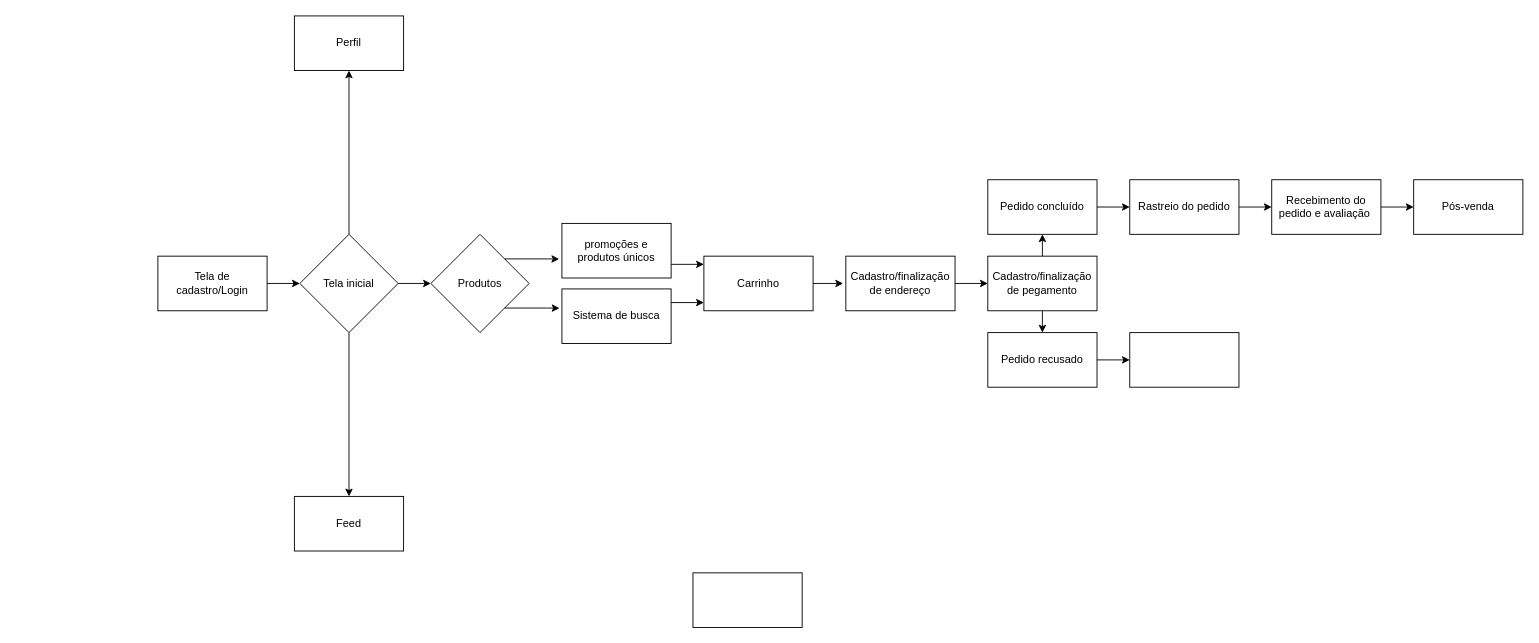
Above: diagrama_30-03.drawio in bryandlucapessoa/Prototipagem_de_sistemas_computacionais (draw.io), before the change. Source tidied: cells renumbered, new cells numbered last; positions are measured from the earlier drawing's top-left corner, leaving out a move shared by most shapes. Both pictures are drawn from the tidied source at 91%, with x=0, y=0 at pixel (157, 15).
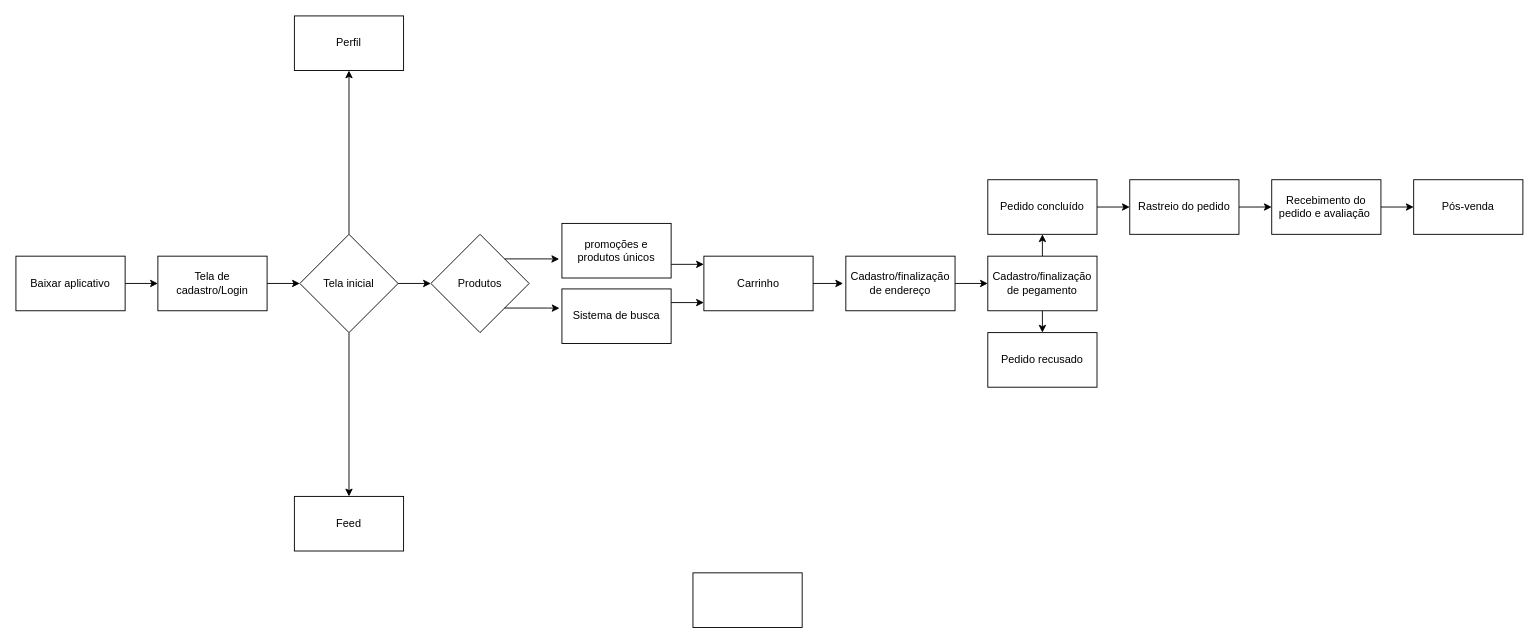
After the change.

The change refers to these unchanged cells:
```xml
<mxCell id="3" value="Tela de cadastro/Login" style="rounded=0;whiteSpace=wrap;html=1;" parent="1" vertex="1">
  <mxGeometry y="264" width="120" height="60" as="geometry" />
</mxCell>
<mxCell id="28" value="Pedido recusado" style="rounded=0;whiteSpace=wrap;html=1;" parent="1" vertex="1">
  <mxGeometry x="912" y="348" width="120" height="60" as="geometry" />
</mxCell>
```

Diff of the diagram source:
```diff
@@
-    <mxCell id="27" style="edgeStyle=orthogonalEdgeStyle;rounded=0;jettySize=auto;html=1;exitX=1;exitY=0.5;exitDx=0;exitDy=0;entryX=0;entryY=0.5;entryDx=0;entryDy=0;" parent="1" edge="1" source="28" target="29">
-      <mxGeometry relative="1" as="geometry" />
-    </mxCell>
@@
-    <mxCell id="29" style="rounded=0;whiteSpace=wrap;html=1;" parent="1" vertex="1">
-      <mxGeometry x="1068" y="348" width="120" height="60" as="geometry" />
-    </mxCell>
@@
+    <mxCell id="35" style="edgeStyle=orthogonalEdgeStyle;rounded=0;jettySize=auto;html=1;exitX=1;exitY=0.5;exitDx=0;exitDy=0;entryX=0;entryY=0.5;entryDx=0;entryDy=0;" parent="1" edge="1" source="36" target="3">
+      <mxGeometry relative="1" as="geometry" />
+    </mxCell>
+    <mxCell id="36" value="Baixar aplicativo" style="rounded=0;whiteSpace=wrap;html=1;" parent="1" vertex="1">
+      <mxGeometry x="-156" y="264" width="120" height="60" as="geometry" />
+    </mxCell>
```
